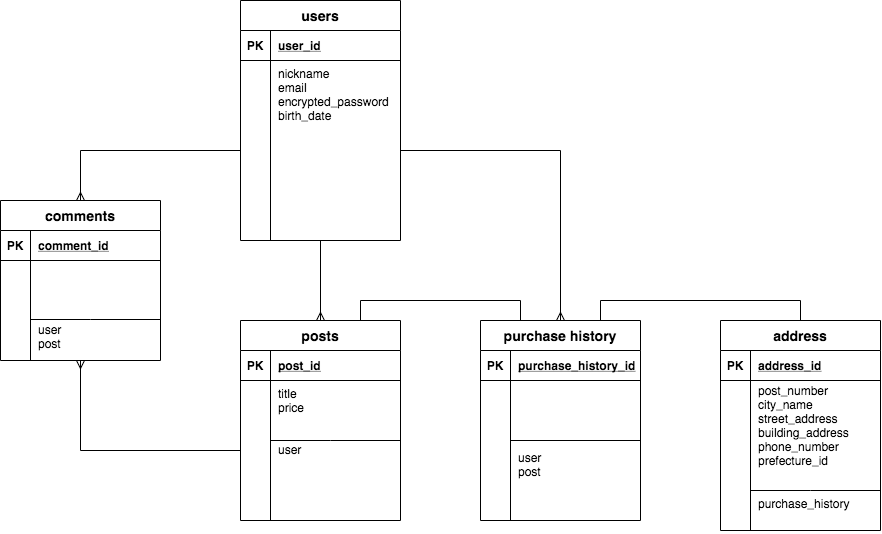
This is .drawio.png from maxtanabe/suketto, a draw.io export, as it was before one commit. Source tidied: cells renumbered, new cells last; positions are measured from the earlier drawing's top-left corner, leaving out a move shared by most shapes.
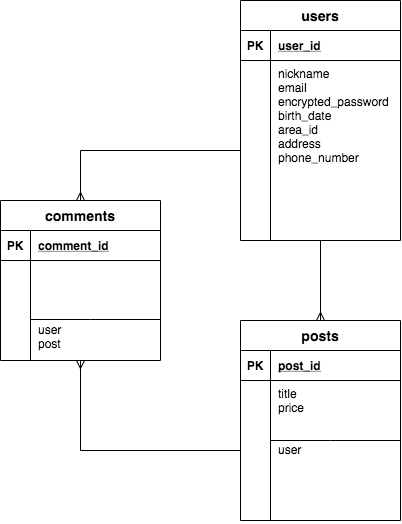
After the change.

The edit, as a diff of the source:
```diff
@@ -20,15 +20,12 @@
     <mxCell id="7" style="shape=partialRectangle;fillColor=none;top=0;left=0;bottom=0;right=0;overflow=hidden;" parent="6" vertex="1">
       <mxGeometry width="30" height="180" as="geometry" />
     </mxCell>
-    <mxCell id="8" value="nickname&#10;email&#10;encrypted_password&#10;birth_date&#10;" style="shape=partialRectangle;fillColor=none;top=0;left=0;bottom=0;right=0;align=left;spacingLeft=6;overflow=hidden;horizontal=1;verticalAlign=top;" parent="6" vertex="1">
+    <mxCell id="8" value="nickname&#10;email&#10;encrypted_password&#10;birth_date&#10;area_id&#10;address&#10;phone_number" style="shape=partialRectangle;fillColor=none;top=0;left=0;bottom=0;right=0;align=left;spacingLeft=6;overflow=hidden;horizontal=1;verticalAlign=top;" parent="6" vertex="1">
       <mxGeometry x="30" width="130" height="180" as="geometry" />
     </mxCell>
     <mxCell id="9" style="edgeStyle=orthogonalEdgeStyle;rounded=0;jettySize=auto;html=1;endArrow=ERmany;endFill=0;entryX=0.5;entryY=0;entryDx=0;entryDy=0;" parent="1" edge="1" source="2" target="11">
       <mxGeometry relative="1" as="geometry" />
     </mxCell>
-    <mxCell id="10" style="edgeStyle=orthogonalEdgeStyle;rounded=0;jettySize=auto;html=1;exitX=0.75;exitY=0;exitDx=0;exitDy=0;entryX=0.25;entryY=0;entryDx=0;entryDy=0;endArrow=none;endFill=0;" parent="1" edge="1" source="11" target="34">
-      <mxGeometry relative="1" as="geometry" />
-    </mxCell>
     <mxCell id="11" value="posts" style="shape=table;startSize=30;rowLines=0;fontStyle=1;align=center;fontSize=14;" parent="1" vertex="1">
       <mxGeometry x="240" y="320" width="160" height="200" as="geometry" />
     </mxCell>
@@ -50,102 +47,6 @@
     <mxCell id="17" value="title&#10;price&#10;&#10;&#10;user" style="shape=partialRectangle;fillColor=none;top=0;left=0;bottom=0;right=0;align=left;spacingLeft=6;overflow=hidden;horizontal=1;verticalAlign=top;" parent="15" vertex="1">
       <mxGeometry x="30" width="130" height="140" as="geometry" />
     </mxCell>
-    <mxCell id="18" style="edgeStyle=orthogonalEdgeStyle;rounded=0;jettySize=auto;html=1;exitX=0.75;exitY=0;exitDx=0;exitDy=0;entryX=0.5;entryY=0;entryDx=0;entryDy=0;endArrow=none;endFill=0;" parent="1" edge="1" source="34" target="19">
-      <mxGeometry relative="1" as="geometry" />
-    </mxCell>
-    <mxCell id="19" value="address" style="shape=table;startSize=30;rowLines=0;fontStyle=1;align=center;fontSize=14;" parent="1" vertex="1">
-      <mxGeometry x="720" y="320" width="160" height="210" as="geometry" />
-    </mxCell>
-    <mxCell id="20" style="shape=partialRectangle;fillColor=none;top=0;left=0;bottom=1;right=0;" parent="19" vertex="1">
-      <mxGeometry y="30" width="160" height="30" as="geometry" />
-    </mxCell>
-    <mxCell id="21" value="PK" style="shape=partialRectangle;fillColor=none;top=0;left=0;bottom=0;right=0;fontStyle=1;overflow=hidden;" parent="20" vertex="1">
-      <mxGeometry width="30" height="30" as="geometry" />
-    </mxCell>
-    <mxCell id="22" value="address_id" style="shape=partialRectangle;fillColor=none;top=0;left=0;bottom=0;right=0;align=left;spacingLeft=6;fontStyle=5;overflow=hidden;" parent="20" vertex="1">
-      <mxGeometry x="30" width="130" height="30" as="geometry" />
-    </mxCell>
-    <mxCell id="23" style="shape=partialRectangle;fillColor=none;top=0;left=0;bottom=0;right=0;" parent="19" vertex="1">
-      <mxGeometry y="60" width="160" height="90" as="geometry" />
-    </mxCell>
-    <mxCell id="24" style="shape=partialRectangle;fillColor=none;top=0;left=0;bottom=0;right=0;overflow=hidden;" parent="23" vertex="1">
-      <mxGeometry width="30" height="90" as="geometry" />
-    </mxCell>
-    <mxCell id="25" value="post_number&#10;city_name&#10;street_address&#10;building_address&#10;phone_number&#10;prefecture_id" style="shape=partialRectangle;fillColor=none;top=0;left=0;bottom=0;right=0;align=left;spacingLeft=6;overflow=hidden;" parent="23" vertex="1">
-      <mxGeometry x="30" width="130" height="90" as="geometry" />
-    </mxCell>
-    <mxCell id="26" style="shape=partialRectangle;fillColor=none;top=0;left=0;bottom=0;right=0;" parent="19" vertex="1">
-      <mxGeometry y="150" width="160" height="20" as="geometry" />
-    </mxCell>
-    <mxCell id="27" style="shape=partialRectangle;fillColor=none;top=0;left=0;bottom=0;right=0;overflow=hidden;" parent="26" vertex="1">
-      <mxGeometry width="30" height="20" as="geometry" />
-    </mxCell>
-    <mxCell id="28" style="shape=partialRectangle;fillColor=none;top=0;left=0;bottom=0;right=0;align=left;spacingLeft=6;overflow=hidden;" parent="26" vertex="1">
-      <mxGeometry x="30" width="130" height="20" as="geometry" />
-    </mxCell>
-    <mxCell id="29" style="shape=partialRectangle;fillColor=none;top=0;left=0;bottom=0;right=0;" parent="19" vertex="1">
-      <mxGeometry y="170" width="160" height="40" as="geometry" />
-    </mxCell>
-    <mxCell id="30" style="shape=partialRectangle;fillColor=none;top=0;left=0;bottom=0;right=0;overflow=hidden;" parent="29" vertex="1">
-      <mxGeometry width="30" height="40" as="geometry" />
-    </mxCell>
-    <mxCell id="31" value="purchase_history" style="shape=partialRectangle;fillColor=none;top=0;left=0;bottom=0;right=0;align=left;spacingLeft=6;overflow=hidden;verticalAlign=top;" parent="29" vertex="1">
-      <mxGeometry x="30" width="130" height="40" as="geometry" />
-    </mxCell>
-    <mxCell id="32" style="endArrow=none;html=1;rounded=0;" parent="1" edge="1">
-      <mxGeometry relative="1" as="geometry">
-        <mxPoint x="750" y="490" as="sourcePoint" />
-        <mxPoint x="880" y="490" as="targetPoint" />
-        <Array as="points">
-          <mxPoint x="810" y="490" />
-        </Array>
-      </mxGeometry>
-    </mxCell>
-    <mxCell id="33" style="endArrow=none;html=1;rounded=0;" parent="1" edge="1">
-      <mxGeometry relative="1" as="geometry">
-        <mxPoint x="510" y="440" as="sourcePoint" />
-        <mxPoint x="640" y="440" as="targetPoint" />
-      </mxGeometry>
-    </mxCell>
-    <mxCell id="34" value="purchase history" style="shape=table;startSize=30;rowLines=0;fontStyle=1;align=center;fontSize=14;" parent="1" vertex="1">
-      <mxGeometry x="480" y="320" width="160" height="200" as="geometry" />
-    </mxCell>
-    <mxCell id="35" style="shape=partialRectangle;fillColor=none;top=0;left=0;bottom=1;right=0;" parent="34" vertex="1">
-      <mxGeometry y="30" width="160" height="30" as="geometry" />
-    </mxCell>
-    <mxCell id="36" value="PK" style="shape=partialRectangle;fillColor=none;top=0;left=0;bottom=0;right=0;fontStyle=1;overflow=hidden;" parent="35" vertex="1">
-      <mxGeometry width="30" height="30" as="geometry" />
-    </mxCell>
-    <mxCell id="37" value="purchase_history_id" style="shape=partialRectangle;fillColor=none;top=0;left=0;bottom=0;right=0;align=left;spacingLeft=6;fontStyle=5;overflow=hidden;" parent="35" vertex="1">
-      <mxGeometry x="30" width="130" height="30" as="geometry" />
-    </mxCell>
-    <mxCell id="38" style="shape=partialRectangle;fillColor=none;top=0;left=0;bottom=0;right=0;" parent="34" vertex="1">
-      <mxGeometry y="60" width="160" height="50" as="geometry" />
-    </mxCell>
-    <mxCell id="39" style="shape=partialRectangle;fillColor=none;top=0;left=0;bottom=0;right=0;overflow=hidden;" parent="38" vertex="1">
-      <mxGeometry width="30" height="50" as="geometry" />
-    </mxCell>
-    <mxCell id="40" style="shape=partialRectangle;fillColor=none;top=0;left=0;bottom=0;right=0;align=left;spacingLeft=6;overflow=hidden;" parent="38" vertex="1">
-      <mxGeometry x="30" width="130" height="50" as="geometry" />
-    </mxCell>
-    <mxCell id="41" style="shape=partialRectangle;fillColor=none;top=0;left=0;bottom=0;right=0;" parent="34" vertex="1">
-      <mxGeometry y="110" width="160" height="70" as="geometry" />
-    </mxCell>
-    <mxCell id="42" style="shape=partialRectangle;fillColor=none;top=0;left=0;bottom=0;right=0;overflow=hidden;" parent="41" vertex="1">
-      <mxGeometry width="30" height="70" as="geometry" />
-    </mxCell>
-    <mxCell id="43" value="&#10;user&#10;post" style="shape=partialRectangle;fillColor=none;top=0;left=0;bottom=0;right=0;align=left;spacingLeft=6;overflow=hidden;verticalAlign=top;" parent="41" vertex="1">
-      <mxGeometry x="30" width="130" height="70" as="geometry" />
-    </mxCell>
-    <mxCell id="44" style="shape=partialRectangle;fillColor=none;top=0;left=0;bottom=0;right=0;" parent="34" vertex="1">
-      <mxGeometry y="180" width="160" height="20" as="geometry" />
-    </mxCell>
-    <mxCell id="45" style="shape=partialRectangle;fillColor=none;top=0;left=0;bottom=0;right=0;overflow=hidden;" parent="44" vertex="1">
-      <mxGeometry width="30" height="20" as="geometry" />
-    </mxCell>
-    <mxCell id="46" style="shape=partialRectangle;fillColor=none;top=0;left=0;bottom=0;right=0;align=left;spacingLeft=6;overflow=hidden;" parent="44" vertex="1">
-      <mxGeometry x="30" width="130" height="20" as="geometry" />
-    </mxCell>
     <mxCell id="47" style="endArrow=none;html=1;rounded=0;" parent="1" edge="1">
       <mxGeometry relative="1" as="geometry">
         <mxPoint x="270" y="440" as="sourcePoint" />
@@ -155,9 +56,6 @@
         </Array>
       </mxGeometry>
     </mxCell>
-    <mxCell id="48" style="edgeStyle=orthogonalEdgeStyle;rounded=0;jettySize=auto;html=1;endArrow=ERmany;endFill=0;entryX=0.5;entryY=0;entryDx=0;entryDy=0;" parent="1" edge="1" source="6" target="34">
-      <mxGeometry relative="1" as="geometry" />
-    </mxCell>
     <mxCell id="49" value="comments" style="shape=table;startSize=30;rowLines=0;fontStyle=1;align=center;fontSize=14;" parent="1" vertex="1">
       <mxGeometry y="200" width="160" height="160" as="geometry" />
     </mxCell>
```
